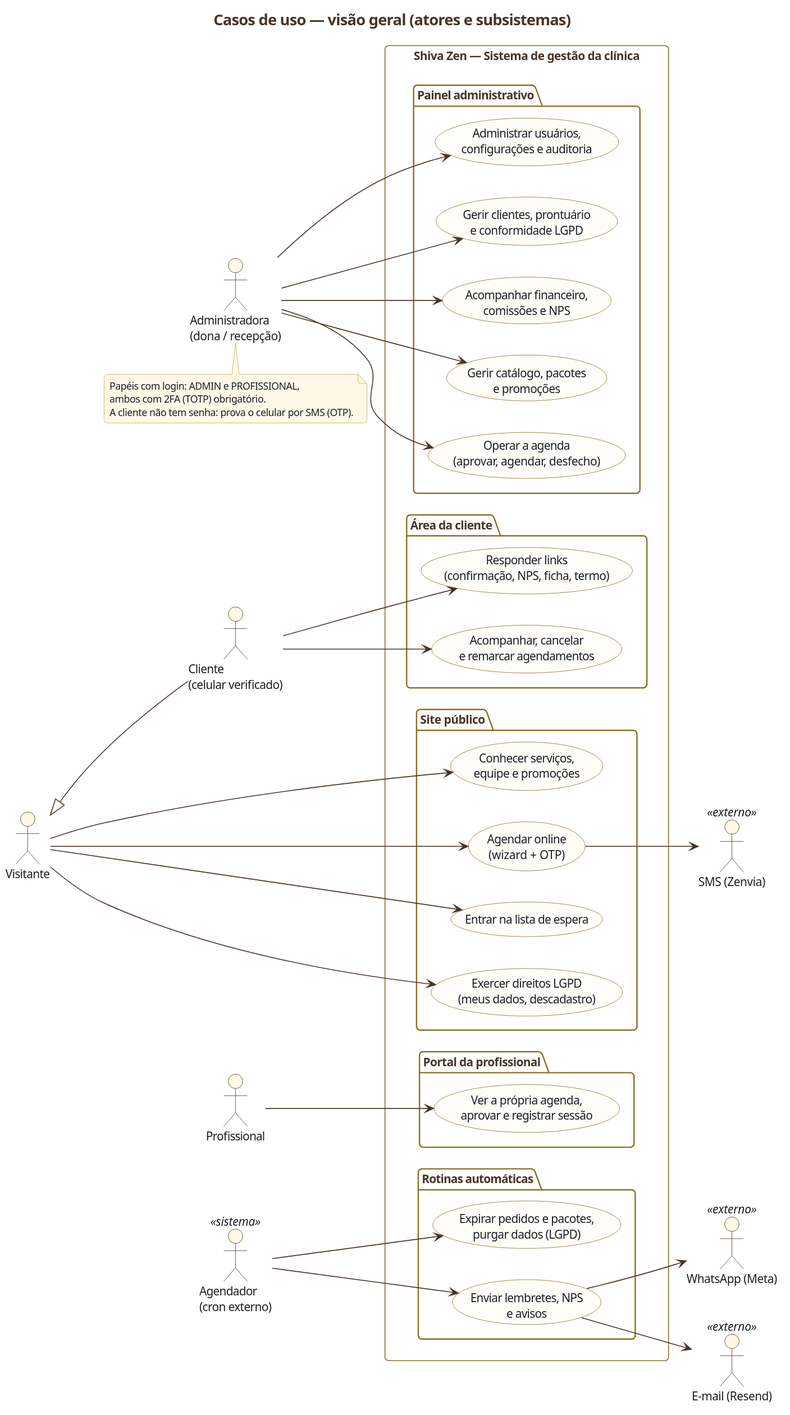
The PlantUML diagram docs/uml/svg/01-casos-de-uso/01-visao-geral.svg in RafaelSMaciel/jaqueline-aranha-estetica, before a commit. Its diagram source:
```plantuml
@startuml
!include ../estilo.iuml
left to right direction
title Casos de uso — visão geral (atores e subsistemas)

actor "Visitante" as Visitante
actor "Cliente\n(celular verificado)" as Cliente
actor "Profissional" as Prof
actor "Administradora\n(dona / recepção)" as Admin
actor "Agendador\n(cron externo)" as Cron <<sistema>>

Visitante <|-- Cliente

rectangle "Shiva Zen — Sistema de gestão da clínica" {
  package "Site público" {
    usecase "Conhecer serviços,\nequipe e promoções" as UC_SITE
    usecase "Agendar online\n(wizard + OTP)" as UC_AGENDAR
    usecase "Entrar na lista de espera" as UC_ESPERA
    usecase "Exercer direitos LGPD\n(meus dados, descadastro)" as UC_LGPD
  }
  package "Área da cliente" {
    usecase "Acompanhar, cancelar\ne remarcar agendamentos" as UC_PORTAL
    usecase "Responder links\n(confirmação, NPS, ficha, termo)" as UC_LINKS
  }
  package "Painel administrativo" {
    usecase "Operar a agenda\n(aprovar, agendar, desfecho)" as UC_AGENDA
    usecase "Gerir catálogo, pacotes\ne promoções" as UC_CATALOGO
    usecase "Acompanhar financeiro,\ncomissões e NPS" as UC_FIN
    usecase "Gerir clientes, prontuário\ne conformidade LGPD" as UC_CLIENTES
    usecase "Administrar usuários,\nconfigurações e auditoria" as UC_ADMIN
  }
  package "Portal da profissional" {
    usecase "Ver a própria agenda,\naprovar e registrar sessão" as UC_PROF
  }
  package "Rotinas automáticas" {
    usecase "Enviar lembretes, NPS\ne avisos" as UC_JOBS
    usecase "Expirar pedidos e pacotes,\npurgar dados (LGPD)" as UC_MANUT
  }
}

Visitante --> UC_SITE
Visitante --> UC_AGENDAR
Visitante --> UC_ESPERA
Visitante --> UC_LGPD
Cliente --> UC_PORTAL
Cliente --> UC_LINKS
Admin --> UC_AGENDA
Admin --> UC_CATALOGO
Admin --> UC_FIN
Admin --> UC_CLIENTES
Admin --> UC_ADMIN
Prof --> UC_PROF
Cron --> UC_JOBS
Cron --> UC_MANUT

actor "SMS (Zenvia)" as SMS <<externo>>
actor "WhatsApp (Meta)" as WA <<externo>>
actor "E-mail (Resend)" as Mail <<externo>>
UC_AGENDAR --> SMS
UC_JOBS --> WA
UC_JOBS --> Mail

note bottom of Admin
  Papéis com login: ADMIN e PROFISSIONAL,
  ambos com 2FA (TOTP) obrigatório.
  A cliente não tem senha: prova o celular por SMS (OTP).
end note
@enduml
```
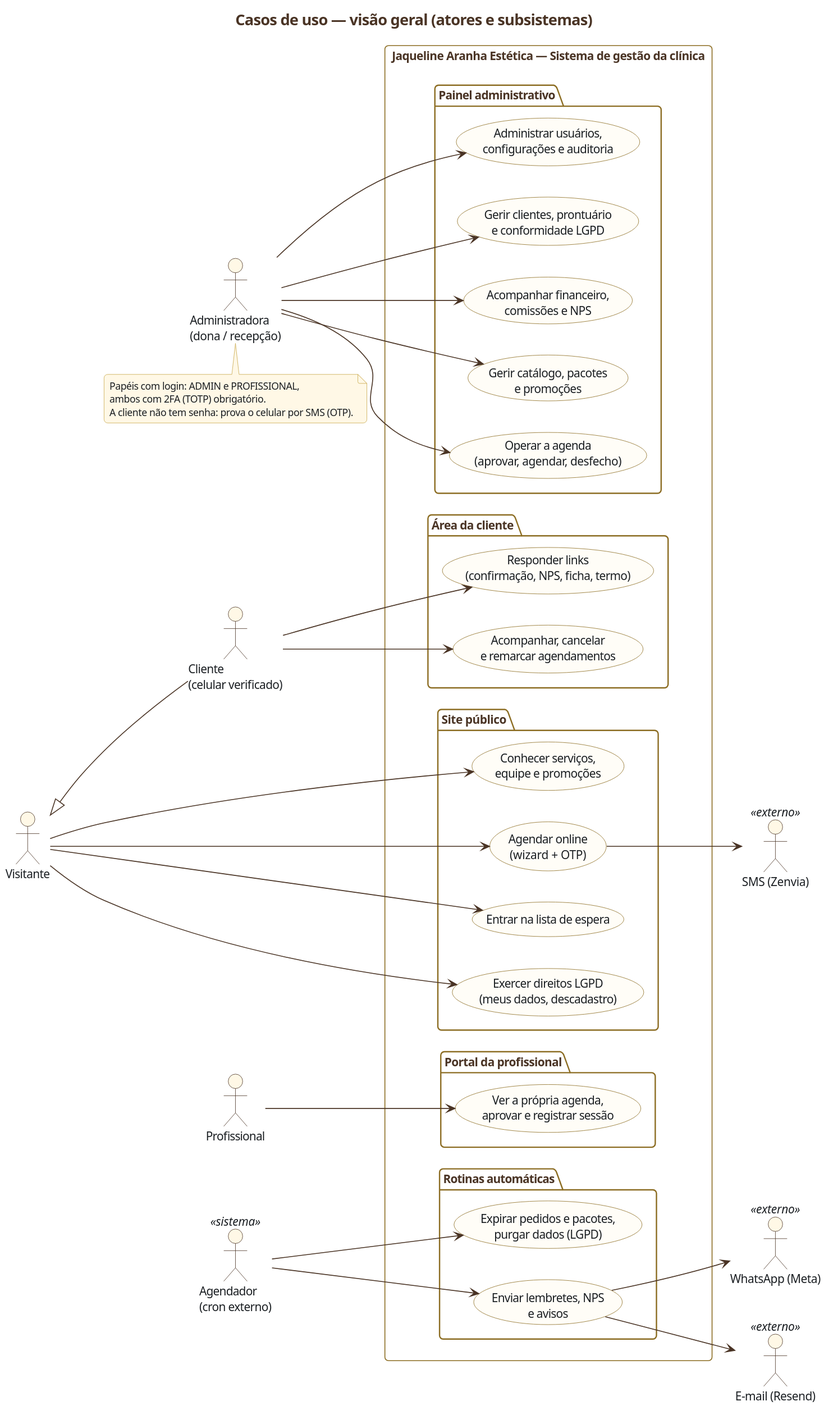
Later version of the same file.

The edit, as a diff of the source:
```diff
@@ -11,7 +11,7 @@
 
 Visitante <|-- Cliente
 
-rectangle "Shiva Zen — Sistema de gestão da clínica" {
+rectangle "Jaqueline Aranha Estética — Sistema de gestão da clínica" {
   package "Site público" {
     usecase "Conhecer serviços,\nequipe e promoções" as UC_SITE
     usecase "Agendar online\n(wizard + OTP)" as UC_AGENDAR
```
